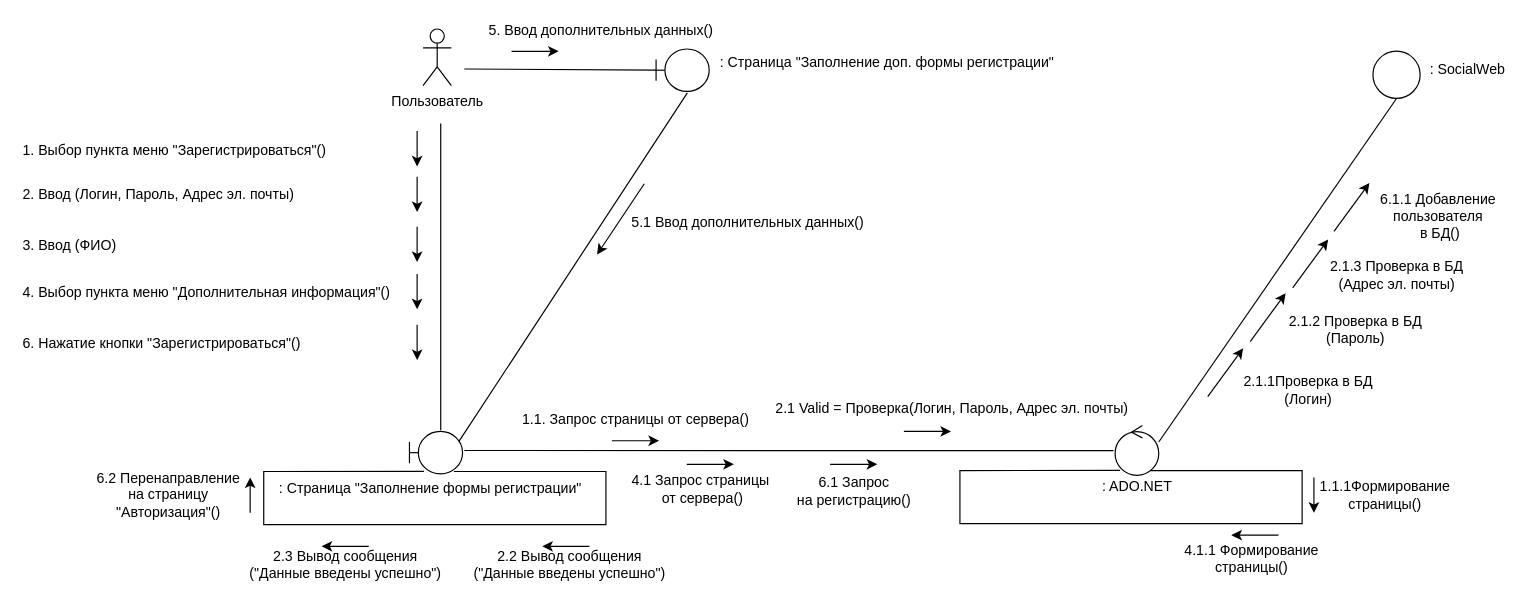
Earlier version of the draw.io diagram page "Регистрация пользователя" (2 of 3) of Диаграммы/Диаграммы/Диаграмма коммуникации.drawio (MRTANKO/kyrs_anis). Source tidied: cells renumbered, new cells numbered last; positions are measured from the earlier drawing's top-left corner, leaving out a move shared by most shapes. Both pictures are drawn from the tidied source at 118%, with x=0, y=0 at pixel (20, 19).
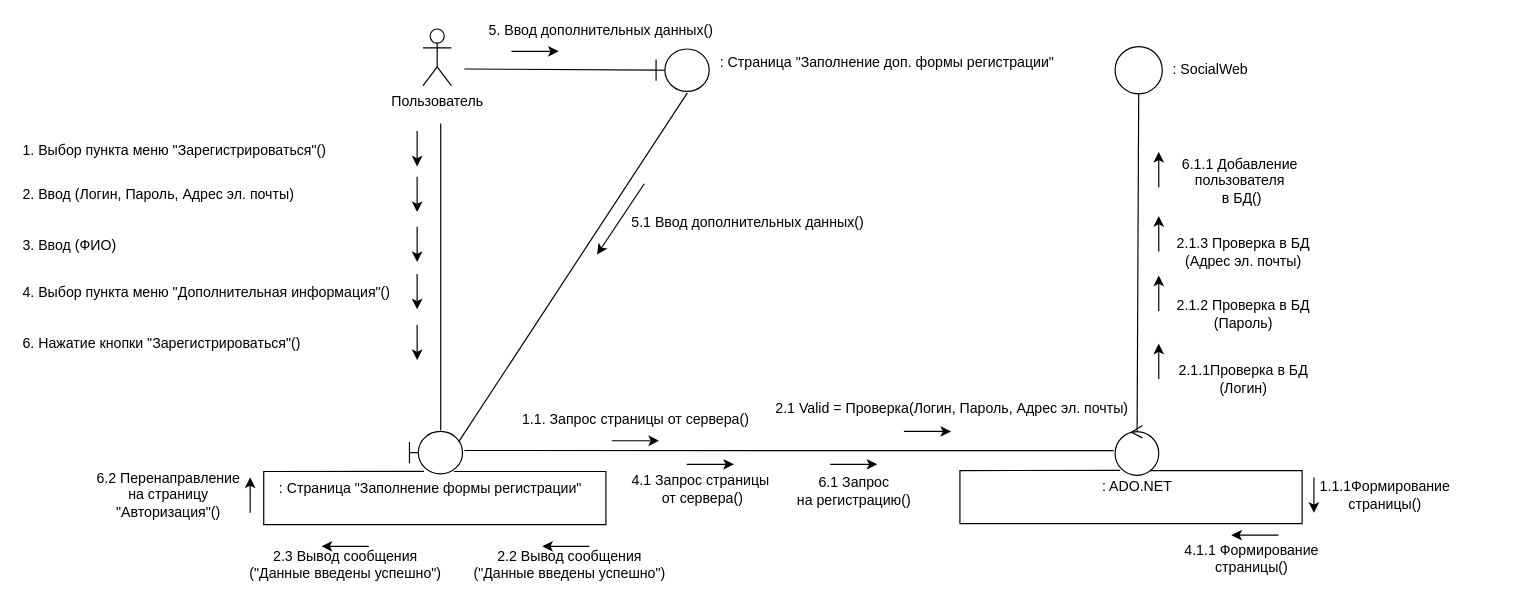
Above is the later version.

The change refers to these unchanged cells:
```xml
<mxCell id="20" style="ellipse;shape=umlControl;whiteSpace=wrap;html=1;" parent="1" vertex="1">
  <mxGeometry x="927.5" y="344" width="37" height="42.3" as="geometry" />
</mxCell>
```

What changed in the source:
```diff
@@
     <mxCell id="21" style="ellipse;whiteSpace=wrap;html=1;" parent="1" vertex="1">
-      <mxGeometry x="1146" y="26.9" width="40" height="40" as="geometry" />
+      <mxGeometry x="927.5" y="23" width="40" height="40" as="geometry" />
     </mxCell>
     <mxCell id="22" value=": SocialWeb" style="text;html=1;align=center;verticalAlign=middle;" parent="1" vertex="1">
-      <mxGeometry x="1186" y="33" width="80" height="20" as="geometry" />
+      <mxGeometry x="967.5" y="33" width="80" height="20" as="geometry" />
     </mxCell>
@@
     <mxCell id="29" value="2.1.1Проверка в БД&lt;br&gt;(Логин)" style="text;html=1;align=center;verticalAlign=middle;" parent="1" vertex="1">
-      <mxGeometry x="1026" y="299.1" width="130" height="30" as="geometry" />
+      <mxGeometry x="971" y="289.7" width="130" height="30" as="geometry" />
     </mxCell>
     <mxCell id="30" value="2.1.2 Проверка в БД&lt;br&gt;(Пароль)" style="text;html=1;align=center;verticalAlign=middle;" parent="1" vertex="1">
-      <mxGeometry x="1066" y="248.4" width="130" height="30" as="geometry" />
+      <mxGeometry x="971" y="234.7" width="130" height="30" as="geometry" />
     </mxCell>
     <mxCell id="31" value="2.1.3 Проверка в БД&lt;br&gt;(Адрес эл. почты)" style="text;html=1;align=center;verticalAlign=middle;" parent="1" vertex="1">
-      <mxGeometry x="1101" y="202" width="130" height="30" as="geometry" />
+      <mxGeometry x="971" y="181.6" width="130" height="30" as="geometry" />
     </mxCell>
@@
-    <mxCell id="39" style="rounded=0;orthogonalLoop=1;jettySize=auto;html=1;endArrow=none;endFill=0;exitX=0.929;exitY=0.242;exitDx=0;exitDy=0;exitPerimeter=0;" parent="1" edge="1">
-      <mxGeometry relative="1" as="geometry">
-        <mxPoint x="964.5" y="358.1" as="sourcePoint" />
-        <mxPoint x="1166" y="67" as="targetPoint" />
-      </mxGeometry>
+    <mxCell id="39" style="rounded=0;jettySize=auto;html=1;endArrow=none;endFill=0;exitX=0.504;exitY=0.109;exitDx=0;exitDy=0;exitPerimeter=0;entryX=0.5;entryY=1;entryDx=0;entryDy=0;" parent="1" edge="1" source="20" target="21">
+      <mxGeometry relative="1" as="geometry" />
     </mxCell>
@@
-    <mxCell id="46" style="endArrow=classic;html=1;" parent="1" edge="1">
-      <mxGeometry relative="1" as="geometry">
-        <mxPoint x="1042" y="273" as="sourcePoint" />
-        <mxPoint x="1072" y="232" as="targetPoint" />
-      </mxGeometry>
-    </mxCell>
@@
     <mxCell id="53" value="6.1.1 Добавление &lt;br&gt;пользователя&lt;br&gt;&amp;nbsp;в БД()" style="text;html=1;align=center;verticalAlign=middle;" parent="1" vertex="1">
-      <mxGeometry x="1146" y="142" width="110" height="50" as="geometry" />
+      <mxGeometry x="978" y="112.2" width="110" height="50" as="geometry" />
     </mxCell>
-    <mxCell id="54" style="endArrow=classic;html=1;" parent="1" edge="1">
-      <mxGeometry relative="1" as="geometry">
-        <mxPoint x="1006" y="319.7" as="sourcePoint" />
-        <mxPoint x="1036" y="278.7" as="targetPoint" />
-      </mxGeometry>
-    </mxCell>
-    <mxCell id="55" style="endArrow=classic;html=1;" parent="1" edge="1">
-      <mxGeometry relative="1" as="geometry">
-        <mxPoint x="1078" y="227.5" as="sourcePoint" />
-        <mxPoint x="1108" y="186.5" as="targetPoint" />
-      </mxGeometry>
-    </mxCell>
-    <mxCell id="56" style="endArrow=classic;html=1;" parent="1" edge="1">
-      <mxGeometry relative="1" as="geometry">
-        <mxPoint x="1113" y="179.6" as="sourcePoint" />
-        <mxPoint x="1143" y="138.6" as="targetPoint" />
-      </mxGeometry>
-    </mxCell>
@@
+    <mxCell id="59" style="endArrow=none;html=1;startArrow=classic;startFill=1;endFill=0;" parent="1" edge="1">
+      <mxGeometry relative="1" as="geometry">
+        <mxPoint x="964.5" y="112.2" as="sourcePoint" />
+        <mxPoint x="964.5" y="142.2" as="targetPoint" />
+      </mxGeometry>
+    </mxCell>
+    <mxCell id="60" style="endArrow=none;html=1;startArrow=classic;startFill=1;endFill=0;" parent="1" edge="1">
+      <mxGeometry relative="1" as="geometry">
+        <mxPoint x="964.5" y="166.6" as="sourcePoint" />
+        <mxPoint x="964.5" y="196.6" as="targetPoint" />
+      </mxGeometry>
+    </mxCell>
+    <mxCell id="61" style="endArrow=none;html=1;startArrow=classic;startFill=1;endFill=0;" parent="1" edge="1">
+      <mxGeometry relative="1" as="geometry">
+        <mxPoint x="964.5" y="217" as="sourcePoint" />
+        <mxPoint x="964.5" y="247" as="targetPoint" />
+      </mxGeometry>
+    </mxCell>
+    <mxCell id="62" style="endArrow=none;html=1;startArrow=classic;startFill=1;endFill=0;" parent="1" edge="1">
+      <mxGeometry relative="1" as="geometry">
+        <mxPoint x="964.5" y="274.7" as="sourcePoint" />
+        <mxPoint x="964.5" y="304.7" as="targetPoint" />
+      </mxGeometry>
+    </mxCell>
```
